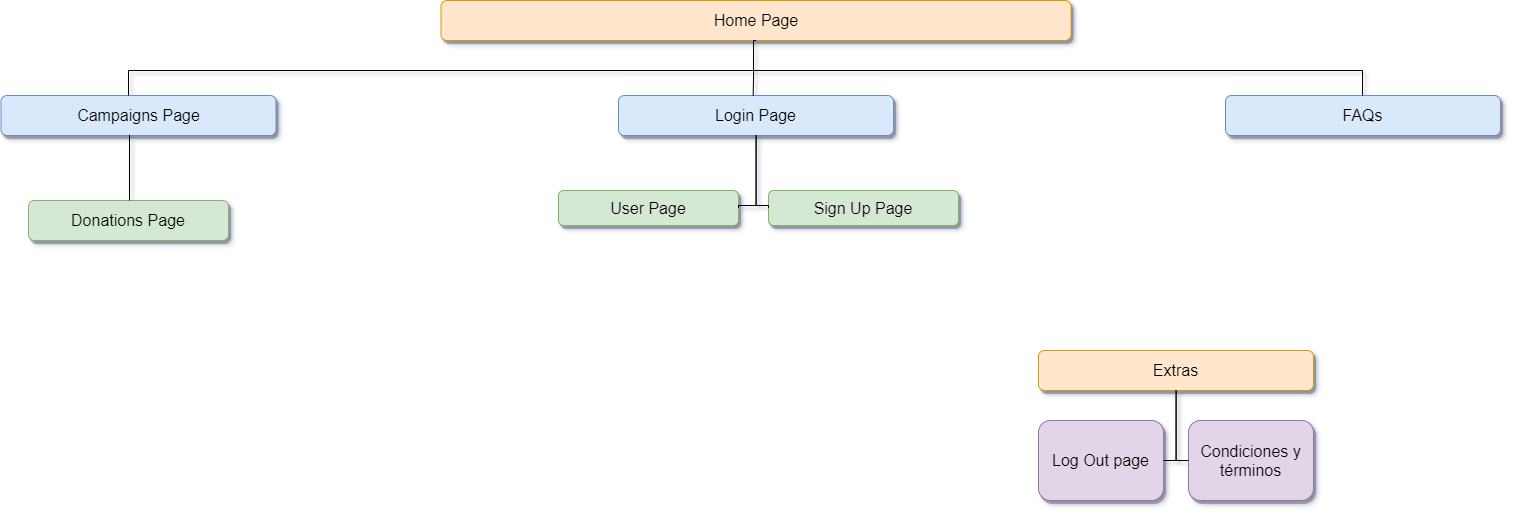
The draw.io diagram html/resources/designs/Arquitectura_web.png in MiguelRamosLop/App_Sanitae, before a commit. Source tidied: cells renumbered, new cells last; positions are measured from the earlier drawing's top-left corner, leaving out a move shared by most shapes. Source of this version:
```xml
<mxGraphModel background="#ffffff">
  <root>
    <mxCell id="0" style="html=1;" />
    <mxCell id="1" style="html=1;" parent="0" />
    <mxCell id="2" value="Home Page" style="whiteSpace=wrap;html=1;rounded=1;shadow=1;strokeWidth=1;fontSize=16;align=center;fillColor=#ffe6cc;strokeColor=#d79b00;" parent="1" vertex="1">
      <mxGeometry x="440.5" width="630" height="40" as="geometry" />
    </mxCell>
    <mxCell id="3" value="Login Page" style="whiteSpace=wrap;html=1;rounded=1;shadow=1;strokeWidth=1;fontSize=16;align=center;fillColor=#dae8fc;strokeColor=#6c8ebf;" parent="1" vertex="1">
      <mxGeometry x="618" y="95" width="275" height="40" as="geometry" />
    </mxCell>
    <mxCell id="4" value="Campaigns Page" style="whiteSpace=wrap;html=1;rounded=1;shadow=1;strokeWidth=1;fontSize=16;align=center;fillColor=#dae8fc;strokeColor=#6c8ebf;" parent="1" vertex="1">
      <mxGeometry x="0.5" y="95" width="275" height="40" as="geometry" />
    </mxCell>
    <mxCell id="5" value="FAQs" style="whiteSpace=wrap;html=1;rounded=1;shadow=1;strokeWidth=1;fontSize=16;align=center;fillColor=#dae8fc;strokeColor=#6c8ebf;" parent="1" vertex="1">
      <mxGeometry x="1225" y="95" width="275" height="40" as="geometry" />
    </mxCell>
    <mxCell id="6" value="User Page" style="whiteSpace=wrap;html=1;rounded=1;shadow=1;strokeWidth=1;fontSize=16;align=center;fillColor=#d5e8d4;strokeColor=#82b366;" parent="1" vertex="1">
      <mxGeometry x="558" y="190" width="180" height="35" as="geometry" />
    </mxCell>
    <mxCell id="7" value="&lt;span&gt;Sign Up Page&lt;/span&gt;" style="whiteSpace=wrap;html=1;rounded=1;shadow=1;strokeWidth=1;fontSize=16;align=center;fillColor=#d5e8d4;strokeColor=#82b366;" parent="1" vertex="1">
      <mxGeometry x="768" y="190" width="190" height="35" as="geometry" />
    </mxCell>
    <mxCell id="8" style="edgeStyle=orthogonalEdgeStyle;html=1;startSize=6;endFill=0;endSize=6;strokeWidth=1;fontSize=16;rounded=0;endArrow=none;exitX=0.5;exitY=1;" parent="1" edge="1" source="2" target="4">
      <mxGeometry relative="1" as="geometry">
        <Array as="points">
          <mxPoint x="753" y="70" />
          <mxPoint x="128" y="70" />
        </Array>
      </mxGeometry>
    </mxCell>
    <mxCell id="9" style="edgeStyle=orthogonalEdgeStyle;html=1;startSize=6;endFill=0;endSize=6;strokeWidth=1;fontSize=16;rounded=0;endArrow=none;" parent="1" edge="1" source="2" target="5">
      <mxGeometry relative="1" as="geometry">
        <Array as="points">
          <mxPoint x="753" y="70" />
          <mxPoint x="1362" y="70" />
        </Array>
      </mxGeometry>
    </mxCell>
    <mxCell id="10" style="edgeStyle=orthogonalEdgeStyle;html=1;startSize=6;endFill=0;endSize=6;strokeWidth=1;fontSize=16;rounded=0;endArrow=none;entryX=1;entryY=0.5;" parent="1" edge="1" source="3" target="6">
      <mxGeometry relative="1" as="geometry">
        <Array as="points">
          <mxPoint x="755" y="205" />
        </Array>
      </mxGeometry>
    </mxCell>
    <mxCell id="11" style="edgeStyle=orthogonalEdgeStyle;html=1;startSize=6;endFill=0;endSize=6;strokeWidth=1;fontSize=16;rounded=0;endArrow=none;entryX=0;entryY=0.5;" parent="1" edge="1" source="3" target="7">
      <mxGeometry relative="1" as="geometry">
        <Array as="points">
          <mxPoint x="756" y="205" />
          <mxPoint x="768" y="205" />
        </Array>
      </mxGeometry>
    </mxCell>
    <mxCell id="12" value="Extras" style="whiteSpace=wrap;html=1;rounded=1;shadow=1;strokeWidth=1;fontSize=16;align=center;fillColor=#ffe6cc;strokeColor=#d79b00;" parent="1" vertex="1">
      <mxGeometry x="1038" y="350" width="275" height="40" as="geometry" />
    </mxCell>
    <mxCell id="13" value="Log Out page" style="whiteSpace=wrap;html=1;rounded=1;shadow=1;strokeWidth=1;fontSize=16;align=center;fillColor=#e1d5e7;strokeColor=#9673a6;" parent="1" vertex="1">
      <mxGeometry x="1038" y="420" width="125" height="80" as="geometry" />
    </mxCell>
    <mxCell id="14" value="Condiciones y términos" style="whiteSpace=wrap;html=1;rounded=1;shadow=1;strokeWidth=1;fontSize=16;align=center;fillColor=#e1d5e7;strokeColor=#9673a6;" parent="1" vertex="1">
      <mxGeometry x="1188" y="420" width="125" height="80" as="geometry" />
    </mxCell>
    <mxCell id="15" style="edgeStyle=orthogonalEdgeStyle;html=1;startSize=6;endFill=0;endSize=6;strokeWidth=1;fontSize=16;rounded=0;entryX=1;entryY=0.5;endArrow=none;" parent="1" edge="1" source="12" target="13">
      <mxGeometry relative="1" as="geometry">
        <Array as="points">
          <mxPoint x="1176" y="460" />
        </Array>
      </mxGeometry>
    </mxCell>
    <mxCell id="16" style="edgeStyle=orthogonalEdgeStyle;html=1;startSize=6;endFill=0;endSize=6;strokeWidth=1;fontSize=16;rounded=0;entryX=0;entryY=0.5;endArrow=none;" parent="1" edge="1" source="12" target="14">
      <mxGeometry relative="1" as="geometry">
        <Array as="points">
          <mxPoint x="1176" y="460" />
        </Array>
      </mxGeometry>
    </mxCell>
    <mxCell id="17" style="endArrow=none;html=1;" parent="1" edge="1">
      <mxGeometry relative="1" as="geometry">
        <mxPoint x="752.7" y="95" as="sourcePoint" />
        <mxPoint x="753.2" y="70" as="targetPoint" />
      </mxGeometry>
    </mxCell>
    <mxCell id="18" value="Donations Page" style="whiteSpace=wrap;html=1;rounded=1;shadow=1;strokeWidth=1;fontSize=16;align=center;fillColor=#d5e8d4;strokeColor=#82b366;" parent="1" vertex="1">
      <mxGeometry x="28" y="200" width="200" height="40" as="geometry" />
    </mxCell>
    <mxCell id="19" style="endArrow=none;html=1;entryX=0.52;entryY=0.979;entryDx=0;entryDy=0;entryPerimeter=0;" parent="1" edge="1">
      <mxGeometry relative="1" as="geometry">
        <mxPoint x="129" y="200" as="sourcePoint" />
        <mxPoint x="129" y="134.2" as="targetPoint" />
      </mxGeometry>
    </mxCell>
  </root>
</mxGraphModel>
```
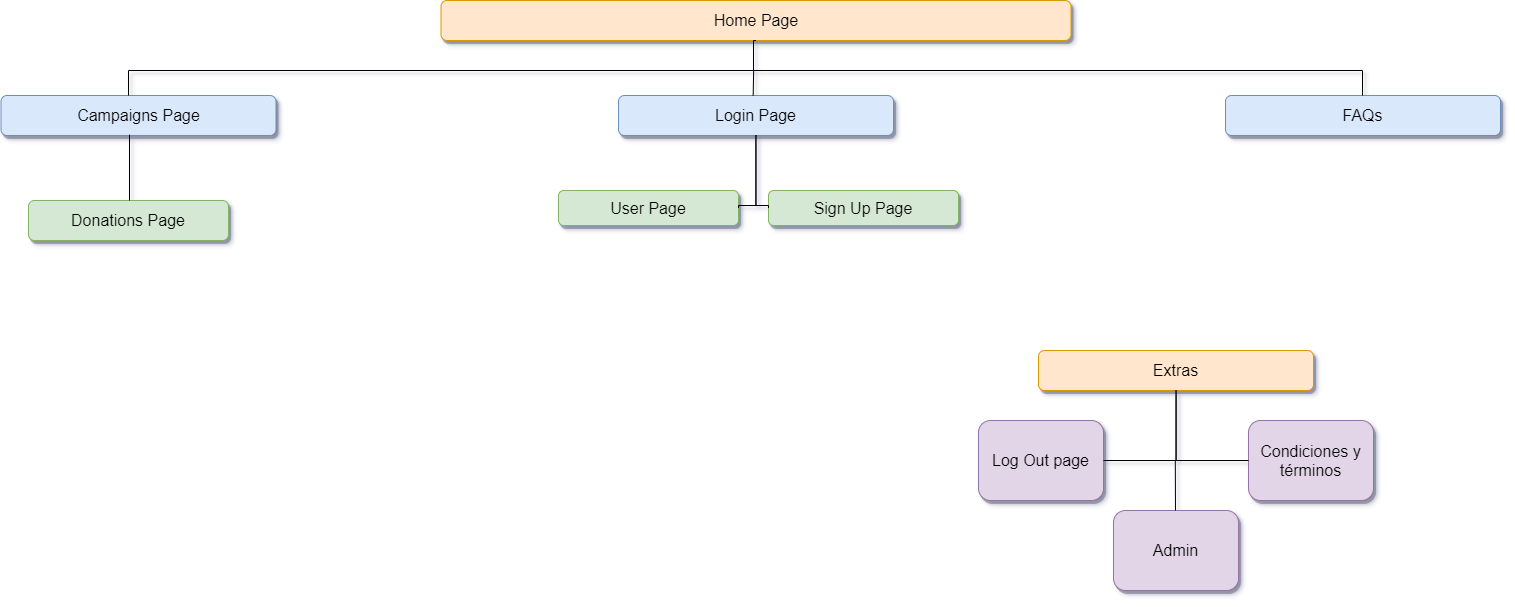
Above is the later version.

What changed in the source:
```diff
@@ -55,10 +55,10 @@
       <mxGeometry x="1038" y="350" width="275" height="40" as="geometry" />
     </mxCell>
     <mxCell id="13" value="Log Out page" style="whiteSpace=wrap;html=1;rounded=1;shadow=1;strokeWidth=1;fontSize=16;align=center;fillColor=#e1d5e7;strokeColor=#9673a6;" parent="1" vertex="1">
-      <mxGeometry x="1038" y="420" width="125" height="80" as="geometry" />
+      <mxGeometry x="978" y="420" width="125" height="80" as="geometry" />
     </mxCell>
     <mxCell id="14" value="Condiciones y términos" style="whiteSpace=wrap;html=1;rounded=1;shadow=1;strokeWidth=1;fontSize=16;align=center;fillColor=#e1d5e7;strokeColor=#9673a6;" parent="1" vertex="1">
-      <mxGeometry x="1188" y="420" width="125" height="80" as="geometry" />
+      <mxGeometry x="1248" y="420" width="125" height="80" as="geometry" />
     </mxCell>
     <mxCell id="15" style="edgeStyle=orthogonalEdgeStyle;html=1;startSize=6;endFill=0;endSize=6;strokeWidth=1;fontSize=16;rounded=0;entryX=1;entryY=0.5;endArrow=none;" parent="1" edge="1" source="12" target="13">
       <mxGeometry relative="1" as="geometry">
@@ -89,5 +89,14 @@
         <mxPoint x="129" y="134.2" as="targetPoint" />
       </mxGeometry>
     </mxCell>
+    <mxCell id="20" value="Admin" style="whiteSpace=wrap;html=1;rounded=1;shadow=1;strokeWidth=1;fontSize=16;align=center;fillColor=#e1d5e7;strokeColor=#9673a6;" parent="1" vertex="1">
+      <mxGeometry x="1113" y="510" width="125" height="80" as="geometry" />
+    </mxCell>
+    <mxCell id="21" style="endArrow=none;html=1;" parent="1" edge="1">
+      <mxGeometry relative="1" as="geometry">
+        <mxPoint x="1175" y="510" as="sourcePoint" />
+        <mxPoint x="1174.8" y="460" as="targetPoint" />
+      </mxGeometry>
+    </mxCell>
   </root>
 </mxGraphModel>
```
